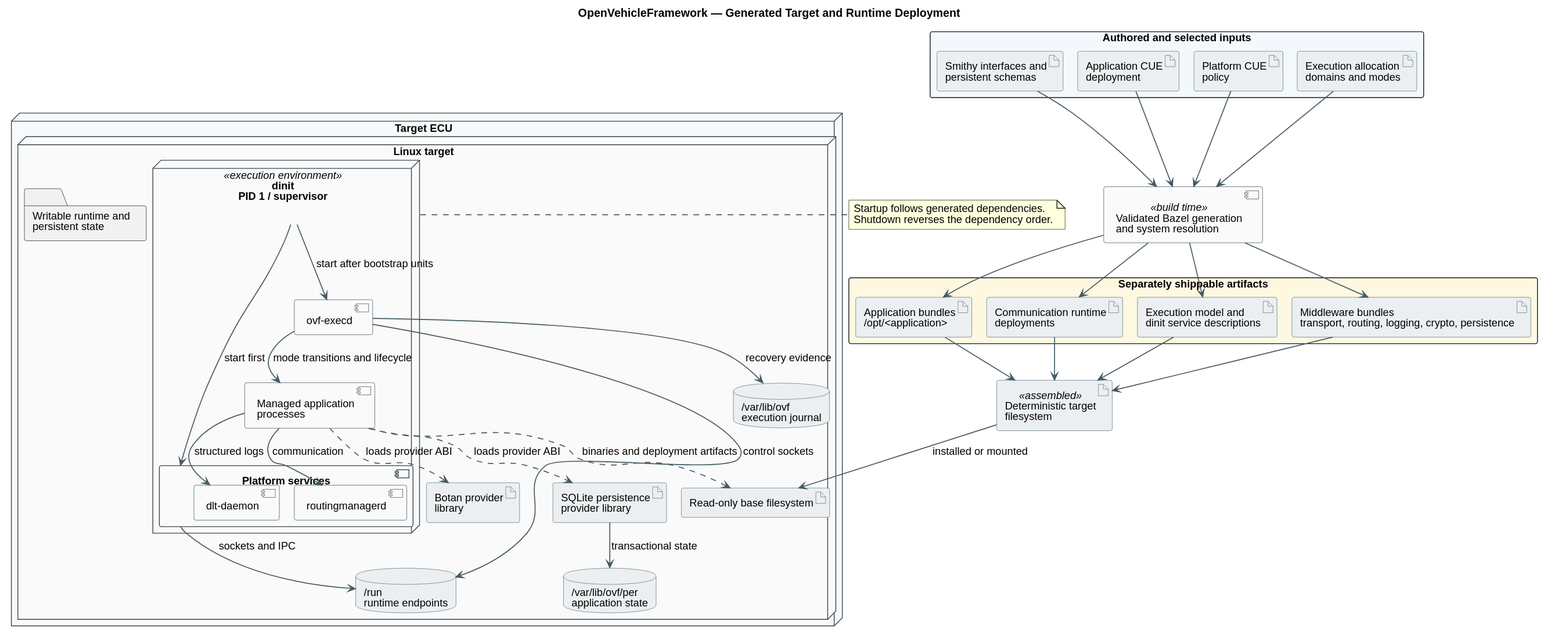
Earlier version of the PlantUML export docs/diagrams/target-deployment.svg (unwynd/openvehicleframework).
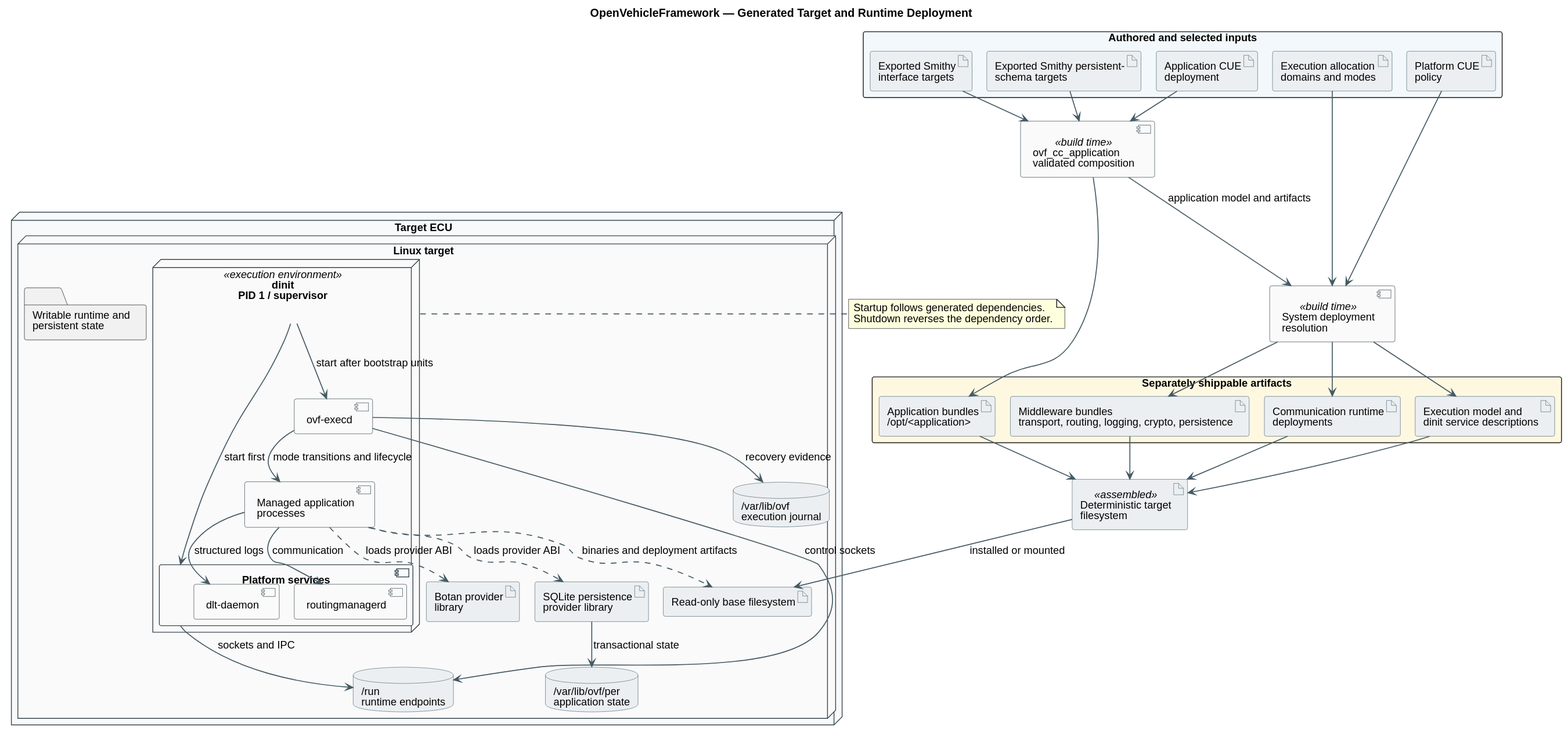
Later version of the same file.

What changed in the source:
```diff
@@ -21,13 +21,15 @@
 skinparam DatabaseBackgroundColor #ECEFF1
 
 package "Authored and selected inputs" as inputs #F3F8FC {
-  artifact "Smithy interfaces and\npersistent schemas" as smithy
+  artifact "Exported Smithy\ninterface targets" as interfaces
+  artifact "Exported Smithy persistent-\nschema targets" as schemas
   artifact "Application CUE\ndeployment" as app_cue
   artifact "Platform CUE\npolicy" as platform_cue
   artifact "Execution allocation\ndomains and modes" as allocation
 }
 
-component "Validated Bazel generation\nand system resolution" as generator <<build time>>
+component "ovf_cc_application\nvalidated composition" as application_build <<build time>>
+component "System deployment\nresolution" as system_build <<build time>>
 
 package "Separately shippable artifacts" as artifacts #FFF8E1 {
   artifact "Application bundles\n/opt/<application>" as app_bundles
@@ -38,14 +40,16 @@
 
 artifact "Deterministic target\nfilesystem" as rootfs <<assembled>>
 
-smithy --> generator
-app_cue --> generator
-platform_cue --> generator
-allocation --> generator
-generator --> app_bundles
-generator --> com_deployments
-generator --> exec_deployment
-generator --> middleware
+interfaces --> application_build
+schemas --> application_build
+app_cue --> application_build
+application_build --> app_bundles
+application_build --> system_build : application model and artifacts
+platform_cue --> system_build
+allocation --> system_build
+system_build --> com_deployments
+system_build --> exec_deployment
+system_build --> middleware
 app_bundles --> rootfs
 com_deployments --> rootfs
 exec_deployment --> rootfs
```
